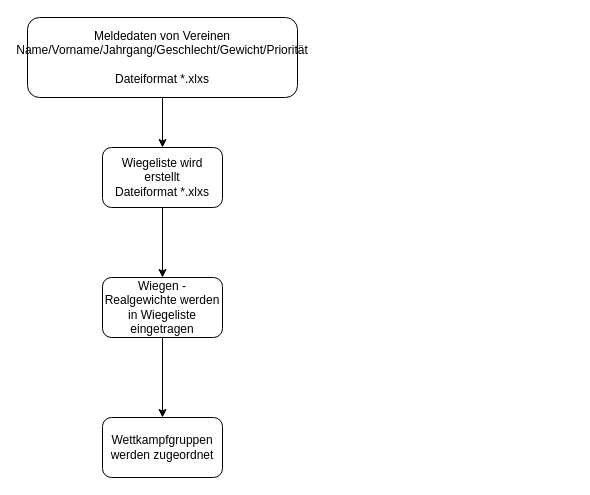
This is wjv/Untitled Diagram.drawio from herr-schaefer/iag2020, a draw.io file, before an edit. Source tidied: cells renumbered, new cells numbered last; positions are measured from the earlier drawing's top-left corner, leaving out a move shared by most shapes. Both pictures are drawn from the tidied source at 100%, with x=0, y=0 at pixel (27, 17).
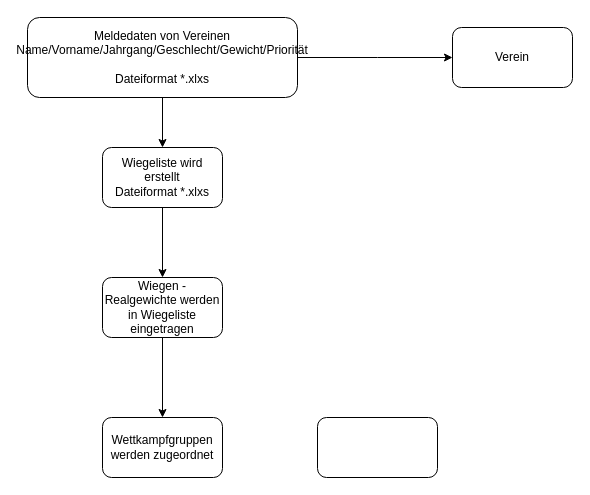
The same diagram, later.

The edit, as a diff of the source:
```diff
@@
 <mxGraphModel>
   <root>
     <mxCell id="0" />
     <mxCell id="1" parent="0" />
+    <mxCell id="9" style="edgeStyle=orthogonalEdgeStyle;rounded=0;jettySize=auto;html=1;" parent="1" edge="1" source="2" target="11">
+      <mxGeometry relative="1" as="geometry">
+        <Array as="points">
+          <mxPoint x="350" y="40" />
+          <mxPoint x="350" y="40" />
+        </Array>
+      </mxGeometry>
+    </mxCell>
     <mxCell id="2" value="&lt;div&gt;Meldedaten von Vereinen&lt;/div&gt;&lt;div&gt;Name/Vorname/Jahrgang/Geschlecht/Gewicht/Priorität&lt;br&gt;&lt;/div&gt;&lt;div&gt;&lt;br&gt;&lt;/div&gt;&lt;div&gt;Dateiformat *.xlxs&lt;br&gt;&lt;/div&gt;" style="rounded=1;whiteSpace=wrap;html=1;" parent="1" vertex="1">
       <mxGeometry width="270" height="80" as="geometry" />
     </mxCell>
     <mxCell id="3" style="endArrow=classic;html=1;exitX=0.5;exitY=1;exitDx=0;exitDy=0;" parent="1" edge="1" source="2" target="5">
       <mxGeometry relative="1" as="geometry" />
     </mxCell>
     <mxCell id="4" style="edgeStyle=orthogonalEdgeStyle;rounded=0;jettySize=auto;html=1;" parent="1" edge="1" source="5" target="7">
       <mxGeometry relative="1" as="geometry" />
     </mxCell>
     <mxCell id="5" value="&lt;div&gt;Wiegeliste wird erstellt&lt;/div&gt;Dateiformat *.xlxs" style="rounded=1;whiteSpace=wrap;html=1;" parent="1" vertex="1">
       <mxGeometry x="75" y="130" width="120" height="60" as="geometry" />
     </mxCell>
     <mxCell id="6" style="edgeStyle=orthogonalEdgeStyle;rounded=0;jettySize=auto;html=1;" parent="1" edge="1" source="7" target="8">
       <mxGeometry relative="1" as="geometry" />
     </mxCell>
     <mxCell id="7" value="Wiegen - Realgewichte werden in Wiegeliste eingetragen" style="rounded=1;whiteSpace=wrap;html=1;" parent="1" vertex="1">
       <mxGeometry x="75" y="260" width="120" height="60" as="geometry" />
     </mxCell>
     <mxCell id="8" value="Wettkampfgruppen werden zugeordnet" style="whiteSpace=wrap;html=1;rounded=1;" parent="1" vertex="1">
       <mxGeometry x="75" y="400" width="120" height="60" as="geometry" />
     </mxCell>
+    <mxCell id="10" style="rounded=1;whiteSpace=wrap;html=1;" parent="1" vertex="1">
+      <mxGeometry x="290" y="400" width="120" height="60" as="geometry" />
+    </mxCell>
+    <mxCell id="11" value="Verein" style="whiteSpace=wrap;html=1;rounded=1;" parent="1" vertex="1">
+      <mxGeometry x="425" y="10" width="120" height="60" as="geometry" />
+    </mxCell>
   </root>
 </mxGraphModel>
```
